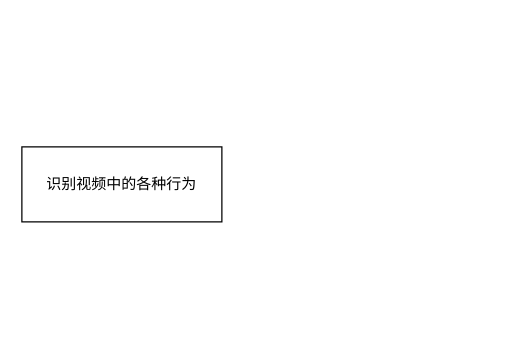
The draw.io diagram drawio/算法管理平台.drawio in wangyunhuan895-eng/images, before the edit. Source tidied: cells renumbered, new cells numbered last; positions are measured from the earlier drawing's top-left corner, leaving out a move shared by most shapes. Both pictures are drawn from the tidied source at 125%, with x=0, y=0 at pixel (21, 146).
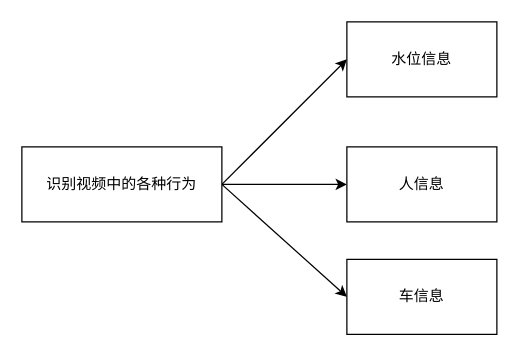
The same diagram, later.

Commit message (it also covers changes not shown here):
更新算法管理平台.drawio

What changed in the source:
```diff
@@
 <mxGraphModel>
   <root>
     <mxCell id="0" />
     <mxCell id="1" parent="0" />
+    <mxCell id="3" style="rounded=0;jettySize=auto;html=1;exitX=1;exitY=0.5;exitDx=0;exitDy=0;entryX=0;entryY=0.5;entryDx=0;entryDy=0;" parent="1" edge="1" source="2" target="6">
+      <mxGeometry relative="1" as="geometry" />
+    </mxCell>
+    <mxCell id="4" style="rounded=0;jettySize=auto;html=1;exitX=1;exitY=0.5;exitDx=0;exitDy=0;entryX=0;entryY=0.5;entryDx=0;entryDy=0;" parent="1" edge="1" source="2" target="7">
+      <mxGeometry relative="1" as="geometry" />
+    </mxCell>
+    <mxCell id="5" style="rounded=0;jettySize=auto;html=1;" parent="1" edge="1" source="2" target="8">
+      <mxGeometry relative="1" as="geometry" />
+    </mxCell>
     <mxCell id="2" value="识别视频中的各种行为" style="rounded=0;whiteSpace=wrap;html=1;" parent="1" vertex="1">
       <mxGeometry width="160" height="60" as="geometry" />
     </mxCell>
+    <mxCell id="6" value="水位信息" style="whiteSpace=wrap;html=1;rounded=0;" parent="1" vertex="1">
+      <mxGeometry x="260" y="-100" width="120" height="60" as="geometry" />
+    </mxCell>
+    <mxCell id="7" value="车信息" style="whiteSpace=wrap;html=1;rounded=0;" parent="1" vertex="1">
+      <mxGeometry x="260" y="90" width="120" height="60" as="geometry" />
+    </mxCell>
+    <mxCell id="8" value="人信息" style="whiteSpace=wrap;html=1;rounded=0;" parent="1" vertex="1">
+      <mxGeometry x="260" width="120" height="60" as="geometry" />
+    </mxCell>
   </root>
 </mxGraphModel>
```
